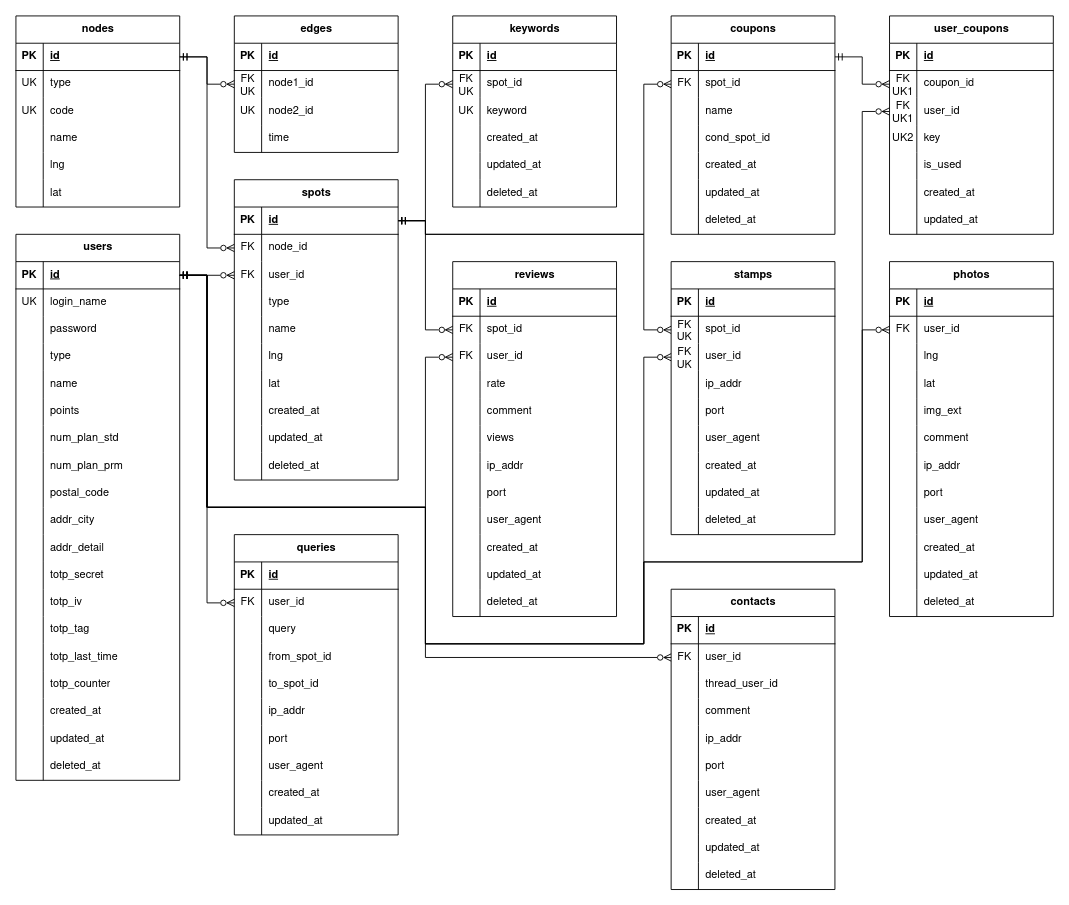
Above: docs/figure/gaibu-er.drawio in r02092/se2025 (draw.io), before the change. Source tidied: cells renumbered, new cells numbered last; positions are measured from the earlier drawing's top-left corner, leaving out a move shared by most shapes. Both pictures are drawn from the tidied source at 91%, with x=0, y=0 at pixel (15, 15).
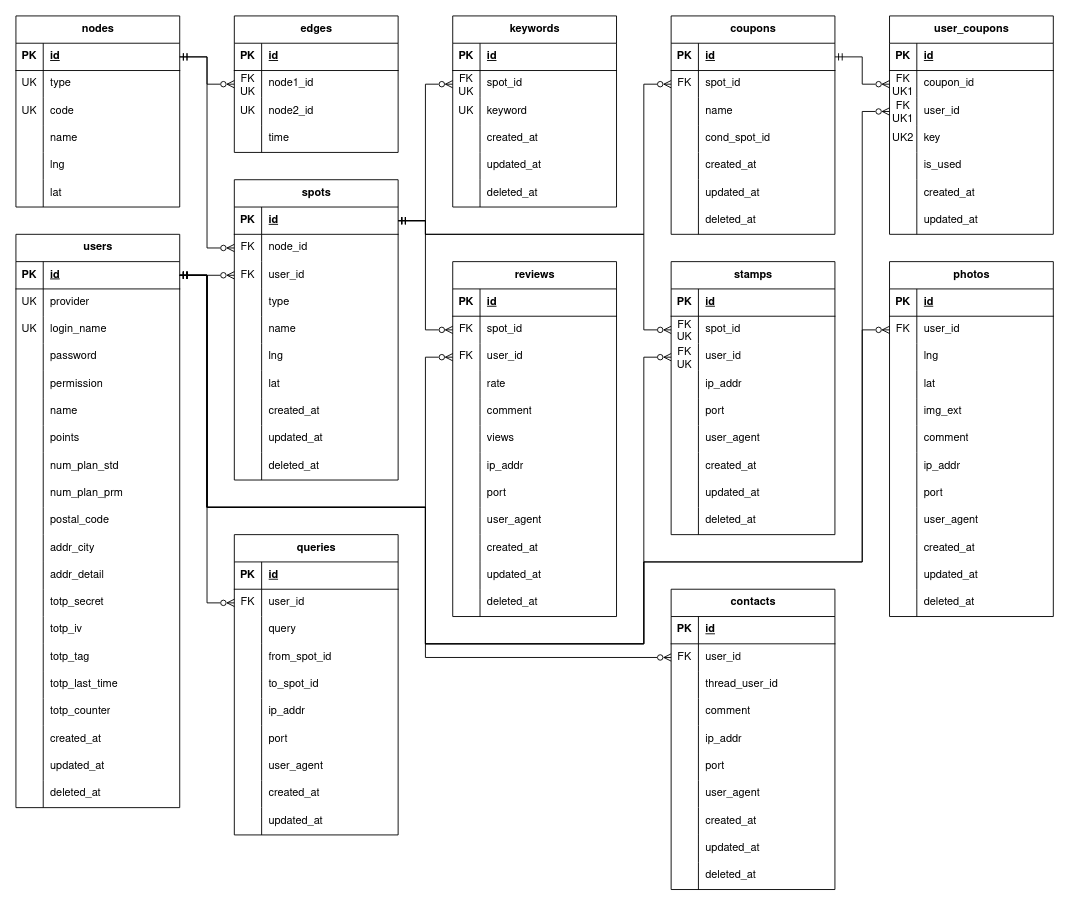
The same page after the edit.

Change to the diagram source:
```diff
@@
     <mxCell id="67" value="users" style="shape=table;startSize=30;childLayout=tableLayout;rowLines=0;fontStyle=1;align=center;html=1;fontFamily=Nimbus Sans;" parent="1" vertex="1">
-      <mxGeometry y="240" width="180" height="600" as="geometry" />
+      <mxGeometry y="240" width="180" height="630" as="geometry" />
     </mxCell>
@@
+    <mxCell id="364" style="shape=tableRow;horizontal=0;startSize=0;swimlaneHead=0;swimlaneBody=0;fillColor=none;top=0;left=0;right=0;bottom=0;fontFamily=Nimbus Sans;" parent="67" vertex="1">
+      <mxGeometry y="60" width="180" height="30" as="geometry" />
+    </mxCell>
+    <mxCell id="365" value="UK" style="shape=partialRectangle;fillColor=none;top=0;left=0;bottom=0;right=0;overflow=hidden;whiteSpace=wrap;html=1;fontFamily=Nimbus Sans;" parent="364" vertex="1">
+      <mxGeometry width="30" height="30" as="geometry" />
+    </mxCell>
+    <mxCell id="366" value="&lt;span&gt;provider&lt;/span&gt;" style="shape=partialRectangle;fillColor=none;top=0;left=0;bottom=0;right=0;align=left;spacingLeft=6;overflow=hidden;whiteSpace=wrap;html=1;fontFamily=Nimbus Sans;" parent="364" vertex="1">
+      <mxGeometry x="30" width="150" height="30" as="geometry" />
+    </mxCell>
     <mxCell id="71" style="shape=tableRow;horizontal=0;startSize=0;swimlaneHead=0;swimlaneBody=0;fillColor=none;top=0;left=0;right=0;bottom=0;fontFamily=Nimbus Sans;" parent="67" vertex="1">
-      <mxGeometry y="60" width="180" height="30" as="geometry" />
+      <mxGeometry y="90" width="180" height="30" as="geometry" />
     </mxCell>
@@
     <mxCell id="74" style="shape=tableRow;horizontal=0;startSize=0;swimlaneHead=0;swimlaneBody=0;fillColor=none;top=0;left=0;right=0;bottom=0;fontFamily=Nimbus Sans;" parent="67" vertex="1">
-      <mxGeometry y="90" width="180" height="30" as="geometry" />
+      <mxGeometry y="120" width="180" height="30" as="geometry" />
     </mxCell>
@@
     <mxCell id="77" style="shape=tableRow;horizontal=0;startSize=0;swimlaneHead=0;swimlaneBody=0;fillColor=none;top=0;left=0;right=0;bottom=0;fontFamily=Nimbus Sans;" parent="67" vertex="1">
-      <mxGeometry y="120" width="180" height="30" as="geometry" />
+      <mxGeometry y="150" width="180" height="30" as="geometry" />
     </mxCell>
@@
-    <mxCell id="79" value="type" style="shape=partialRectangle;fillColor=none;top=0;left=0;bottom=0;right=0;align=left;spacingLeft=6;overflow=hidden;whiteSpace=wrap;html=1;fontFamily=Nimbus Sans;" parent="77" vertex="1">
+    <mxCell id="79" value="permission" style="shape=partialRectangle;fillColor=none;top=0;left=0;bottom=0;right=0;align=left;spacingLeft=6;overflow=hidden;whiteSpace=wrap;html=1;fontFamily=Nimbus Sans;" parent="77" vertex="1">
       <mxGeometry x="30" width="150" height="30" as="geometry" />
     </mxCell>
     <mxCell id="80" style="shape=tableRow;horizontal=0;startSize=0;swimlaneHead=0;swimlaneBody=0;fillColor=none;top=0;left=0;right=0;bottom=0;fontFamily=Nimbus Sans;" parent="67" vertex="1">
-      <mxGeometry y="150" width="180" height="30" as="geometry" />
+      <mxGeometry y="180" width="180" height="30" as="geometry" />
     </mxCell>
@@
     <mxCell id="83" style="shape=tableRow;horizontal=0;startSize=0;swimlaneHead=0;swimlaneBody=0;fillColor=none;top=0;left=0;right=0;bottom=0;fontFamily=Nimbus Sans;" parent="67" vertex="1">
-      <mxGeometry y="180" width="180" height="30" as="geometry" />
+      <mxGeometry y="210" width="180" height="30" as="geometry" />
     </mxCell>
@@
     <mxCell id="86" style="shape=tableRow;horizontal=0;startSize=0;swimlaneHead=0;swimlaneBody=0;fillColor=none;top=0;left=0;right=0;bottom=0;fontFamily=Nimbus Sans;" parent="67" vertex="1">
-      <mxGeometry y="210" width="180" height="30" as="geometry" />
+      <mxGeometry y="240" width="180" height="30" as="geometry" />
     </mxCell>
@@
     <mxCell id="89" style="shape=tableRow;horizontal=0;startSize=0;swimlaneHead=0;swimlaneBody=0;fillColor=none;top=0;left=0;right=0;bottom=0;fontFamily=Nimbus Sans;" parent="67" vertex="1">
-      <mxGeometry y="240" width="180" height="30" as="geometry" />
+      <mxGeometry y="270" width="180" height="30" as="geometry" />
     </mxCell>
@@
     <mxCell id="92" style="shape=tableRow;horizontal=0;startSize=0;swimlaneHead=0;swimlaneBody=0;fillColor=none;top=0;left=0;right=0;bottom=0;fontFamily=Nimbus Sans;" parent="67" vertex="1">
-      <mxGeometry y="270" width="180" height="30" as="geometry" />
+      <mxGeometry y="300" width="180" height="30" as="geometry" />
     </mxCell>
@@
     <mxCell id="95" style="shape=tableRow;horizontal=0;startSize=0;swimlaneHead=0;swimlaneBody=0;fillColor=none;top=0;left=0;right=0;bottom=0;fontFamily=Nimbus Sans;" parent="67" vertex="1">
-      <mxGeometry y="300" width="180" height="30" as="geometry" />
+      <mxGeometry y="330" width="180" height="30" as="geometry" />
     </mxCell>
@@
     <mxCell id="98" style="shape=tableRow;horizontal=0;startSize=0;swimlaneHead=0;swimlaneBody=0;fillColor=none;top=0;left=0;right=0;bottom=0;fontFamily=Nimbus Sans;" parent="67" vertex="1">
-      <mxGeometry y="330" width="180" height="30" as="geometry" />
+      <mxGeometry y="360" width="180" height="30" as="geometry" />
     </mxCell>
@@
     <mxCell id="101" style="shape=tableRow;horizontal=0;startSize=0;swimlaneHead=0;swimlaneBody=0;fillColor=none;top=0;left=0;right=0;bottom=0;fontFamily=Nimbus Sans;" parent="67" vertex="1">
-      <mxGeometry y="360" width="180" height="30" as="geometry" />
+      <mxGeometry y="390" width="180" height="30" as="geometry" />
     </mxCell>
@@
     <mxCell id="104" style="shape=tableRow;horizontal=0;startSize=0;swimlaneHead=0;swimlaneBody=0;fillColor=none;top=0;left=0;right=0;bottom=0;fontFamily=Nimbus Sans;" parent="67" vertex="1">
-      <mxGeometry y="390" width="180" height="30" as="geometry" />
+      <mxGeometry y="420" width="180" height="30" as="geometry" />
     </mxCell>
@@
     <mxCell id="107" style="shape=tableRow;horizontal=0;startSize=0;swimlaneHead=0;swimlaneBody=0;fillColor=none;top=0;left=0;right=0;bottom=0;fontFamily=Nimbus Sans;" parent="67" vertex="1">
-      <mxGeometry y="420" width="180" height="30" as="geometry" />
+      <mxGeometry y="450" width="180" height="30" as="geometry" />
     </mxCell>
@@
     <mxCell id="110" style="shape=tableRow;horizontal=0;startSize=0;swimlaneHead=0;swimlaneBody=0;fillColor=none;top=0;left=0;right=0;bottom=0;fontFamily=Nimbus Sans;" parent="67" vertex="1">
-      <mxGeometry y="450" width="180" height="30" as="geometry" />
+      <mxGeometry y="480" width="180" height="30" as="geometry" />
     </mxCell>
@@
     <mxCell id="113" style="shape=tableRow;horizontal=0;startSize=0;swimlaneHead=0;swimlaneBody=0;fillColor=none;top=0;left=0;right=0;bottom=0;fontFamily=Nimbus Sans;" parent="67" vertex="1">
-      <mxGeometry y="480" width="180" height="30" as="geometry" />
+      <mxGeometry y="510" width="180" height="30" as="geometry" />
     </mxCell>
@@
     <mxCell id="116" style="shape=tableRow;horizontal=0;startSize=0;swimlaneHead=0;swimlaneBody=0;fillColor=none;top=0;left=0;right=0;bottom=0;fontFamily=Nimbus Sans;" parent="67" vertex="1">
-      <mxGeometry y="510" width="180" height="30" as="geometry" />
+      <mxGeometry y="540" width="180" height="30" as="geometry" />
     </mxCell>
@@
     <mxCell id="119" style="shape=tableRow;horizontal=0;startSize=0;swimlaneHead=0;swimlaneBody=0;fillColor=none;top=0;left=0;right=0;bottom=0;fontFamily=Nimbus Sans;" parent="67" vertex="1">
-      <mxGeometry y="540" width="180" height="30" as="geometry" />
+      <mxGeometry y="570" width="180" height="30" as="geometry" />
     </mxCell>
@@
     <mxCell id="122" style="shape=tableRow;horizontal=0;startSize=0;swimlaneHead=0;swimlaneBody=0;fillColor=none;top=0;left=0;right=0;bottom=0;fontFamily=Nimbus Sans;" parent="67" vertex="1">
-      <mxGeometry y="570" width="180" height="30" as="geometry" />
+      <mxGeometry y="600" width="180" height="30" as="geometry" />
     </mxCell>
```
